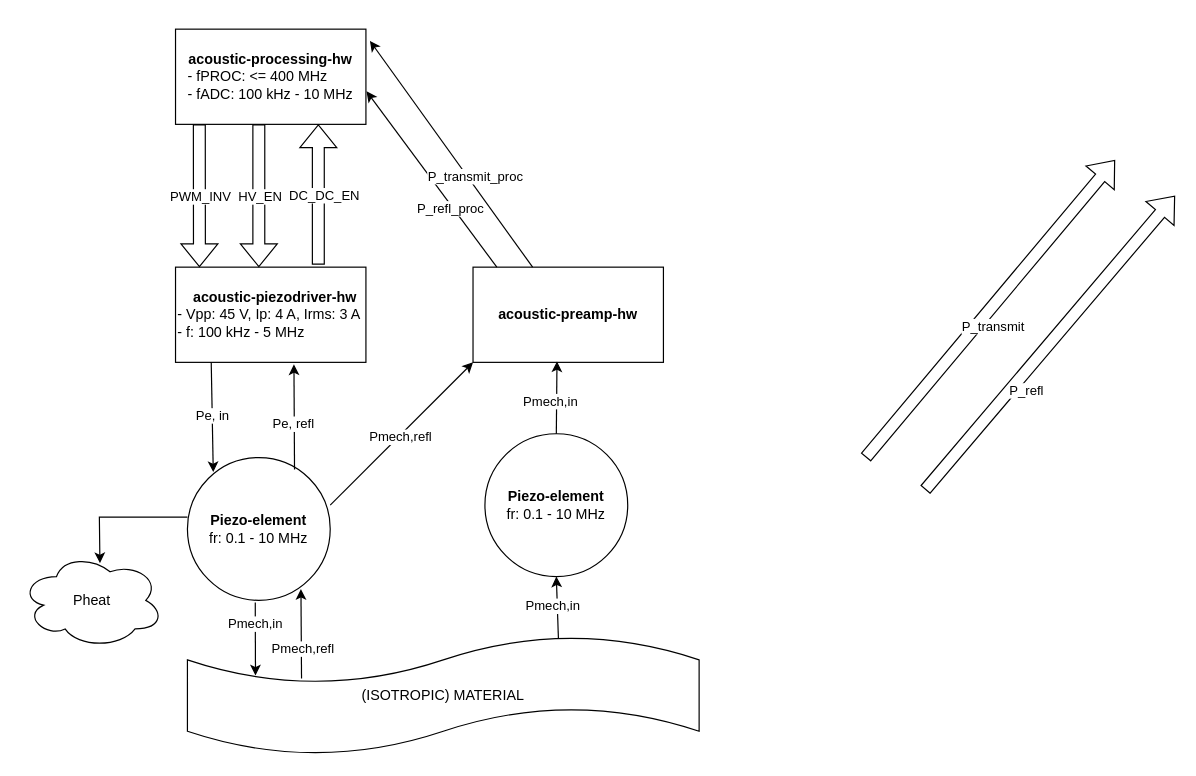
igorwolfs/acoustic-material-characterization keeps this draw.io diagram as documentation/Unbenanntes Diagramm.drawio. Above is the earlier version. Source tidied: cells renumbered, new cells numbered last; positions are measured from the earlier drawing's top-left corner, leaving out a move shared by most shapes. Both pictures are drawn from the tidied source at 119%, with x=0, y=0 at pixel (20, 29).
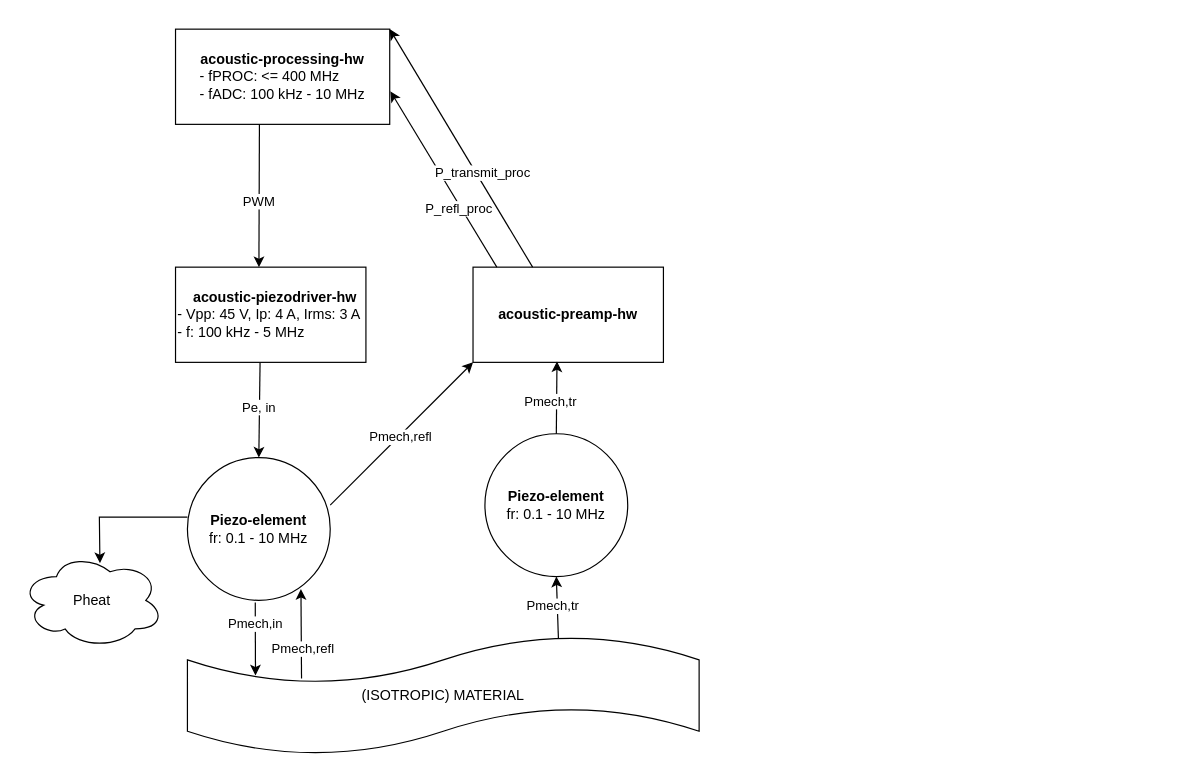
Above is the later version.

The change refers to these unchanged cells:
```xml
<mxCell id="3" value="&lt;b&gt;acoustic-preamp-hw&lt;/b&gt;" style="rounded=0;whiteSpace=wrap;html=1;" parent="1" vertex="1">
  <mxGeometry x="380" y="200" width="160" height="80" as="geometry" />
</mxCell>
<mxCell id="4" value="&lt;div style=&quot;text-align: center;&quot;&gt;&lt;span style=&quot;background-color: transparent; color: light-dark(rgb(0, 0, 0), rgb(255, 255, 255));&quot;&gt;&lt;b&gt;&amp;nbsp; &amp;nbsp;acoustic-piezodriver-hw&lt;/b&gt;&lt;/span&gt;&lt;/div&gt;&lt;div style=&quot;&quot;&gt;- Vpp: 45 V,&amp;nbsp;&lt;span style=&quot;background-color: transparent; color: light-dark(rgb(0, 0, 0), rgb(255, 255, 255));&quot;&gt;Ip: 4 A,&amp;nbsp;&lt;/span&gt;&lt;span style=&quot;background-color: transparent; color: light-dark(rgb(0, 0, 0), rgb(255, 255, 255));&quot;&gt;Irms: 3 A&lt;/span&gt;&lt;/div&gt;&lt;div style=&quot;&quot;&gt;&lt;span style=&quot;background-color: transparent; color: light-dark(rgb(0, 0, 0), rgb(255, 255, 255));&quot;&gt;- f: 100 kHz - 5 MHz&lt;/span&gt;&lt;/div&gt;" style="rounded=0;whiteSpace=wrap;html=1;align=left;" parent="1" vertex="1">
  <mxGeometry x="130" y="200" width="160" height="80" as="geometry" />
</mxCell>
<mxCell id="6" value="&lt;b&gt;Piezo-element&lt;/b&gt;&lt;div&gt;fr: 0.1 - 10 MHz&lt;/div&gt;" style="ellipse;whiteSpace=wrap;html=1;" parent="1" vertex="1">
  <mxGeometry x="140" y="360" width="120" height="120" as="geometry" />
</mxCell>
```

Change to the diagram source:
```diff
@@
     <mxCell id="2" value="&lt;b&gt;acoustic-processing-hw&lt;/b&gt;&lt;div style=&quot;text-align: left;&quot;&gt;- fPROC: &amp;lt;= 400 MHz&lt;/div&gt;&lt;div style=&quot;text-align: left;&quot;&gt;- fADC: 100 kHz - 10 MHz&lt;/div&gt;" style="rounded=0;whiteSpace=wrap;html=1;" parent="1" vertex="1">
-      <mxGeometry x="130" width="160" height="80" as="geometry" />
+      <mxGeometry x="130" width="180" height="80" as="geometry" />
     </mxCell>
@@
-    <mxCell id="5" value="P_refl" style="shape=flexArrow;endArrow=classic;html=1;rounded=0;entryX=0.75;entryY=1;entryDx=0;entryDy=0;exitX=0.751;exitY=0.059;exitDx=0;exitDy=0;exitPerimeter=0;" parent="1" edge="1">
-      <mxGeometry x="-0.26" y="-10" relative="1" as="geometry">
-        <mxPoint x="760" y="387.1" as="sourcePoint" />
-        <mxPoint x="969.9" y="140" as="targetPoint" />
-        <mxPoint y="2" as="offset" />
-      </mxGeometry>
-    </mxCell>
@@
-    <mxCell id="7" style="shape=flexArrow;endArrow=classic;html=1;rounded=0;entryX=0.341;entryY=0.999;entryDx=0;entryDy=0;exitX=0.209;exitY=0.082;exitDx=0;exitDy=0;exitPerimeter=0;entryPerimeter=0;" parent="1" edge="1">
-      <mxGeometry relative="1" as="geometry">
-        <mxPoint x="710" y="359.9" as="sourcePoint" />
-        <mxPoint x="919.5" y="110" as="targetPoint" />
-      </mxGeometry>
-    </mxCell>
-    <mxCell id="8" value="P_transmit" style="edgeLabel;html=1;align=center;verticalAlign=middle;" parent="7" vertex="1">
-      <mxGeometry x="-0.02" y="-3" relative="1" as="geometry">
-        <mxPoint x="1" y="10" as="offset" />
-      </mxGeometry>
-    </mxCell>
-    <mxCell id="9" style="shape=flexArrow;endArrow=classic;html=1;rounded=0;entryX=0.438;entryY=0;entryDx=0;entryDy=0;entryPerimeter=0;" parent="1" edge="1">
-      <mxGeometry relative="1" as="geometry">
-        <mxPoint x="150" y="80" as="sourcePoint" />
-        <mxPoint x="150.1" y="200" as="targetPoint" />
-      </mxGeometry>
-    </mxCell>
-    <mxCell id="10" value="PWM_INV" style="edgeLabel;html=1;align=center;verticalAlign=middle;" parent="9" vertex="1">
-      <mxGeometry x="0.3" y="-2" relative="1" as="geometry">
-        <mxPoint x="2" y="-18" as="offset" />
-      </mxGeometry>
-    </mxCell>
-    <mxCell id="11" style="shape=flexArrow;endArrow=classic;html=1;rounded=0;entryX=0.438;entryY=0;entryDx=0;entryDy=0;entryPerimeter=0;" parent="1" edge="1">
-      <mxGeometry relative="1" as="geometry">
-        <mxPoint x="200" y="80" as="sourcePoint" />
-        <mxPoint x="200" y="200" as="targetPoint" />
-      </mxGeometry>
-    </mxCell>
-    <mxCell id="12" value="HV_EN" style="edgeLabel;html=1;align=center;verticalAlign=middle;" parent="11" vertex="1">
-      <mxGeometry x="0.3" y="-2" relative="1" as="geometry">
-        <mxPoint x="2" y="-18" as="offset" />
-      </mxGeometry>
-    </mxCell>
-    <mxCell id="13" style="shape=flexArrow;endArrow=classic;html=1;rounded=0;entryX=0.952;entryY=1.026;entryDx=0;entryDy=0;entryPerimeter=0;exitX=0.952;exitY=0;exitDx=0;exitDy=0;exitPerimeter=0;" parent="1" edge="1">
-      <mxGeometry relative="1" as="geometry">
-        <mxPoint x="250" y="197.9" as="sourcePoint" />
-        <mxPoint x="250" y="80" as="targetPoint" />
-      </mxGeometry>
-    </mxCell>
-    <mxCell id="14" value="DC_DC_EN" style="edgeLabel;html=1;align=center;verticalAlign=middle;" parent="13" vertex="1">
-      <mxGeometry x="0.3" y="-2" relative="1" as="geometry">
-        <mxPoint x="2" y="19" as="offset" />
-      </mxGeometry>
-    </mxCell>
@@
-    <mxCell id="17" style="endArrow=classic;html=1;rounded=0;entryX=1.021;entryY=0.123;entryDx=0;entryDy=0;entryPerimeter=0;exitX=0.313;exitY=0;exitDx=0;exitDy=0;exitPerimeter=0;" parent="1" edge="1" source="3" target="2">
+    <mxCell id="17" style="endArrow=classic;html=1;rounded=0;entryX=1;entryY=0;entryDx=0;entryDy=0;exitX=0.313;exitY=0;exitDx=0;exitDy=0;exitPerimeter=0;" parent="1" edge="1" source="3" target="2">
       <mxGeometry relative="1" as="geometry" />
     </mxCell>
@@
-    <mxCell id="19" style="endArrow=classic;html=1;rounded=0;exitX=0.433;exitY=1.008;exitDx=0;exitDy=0;exitPerimeter=0;entryX=0.181;entryY=0.102;entryDx=0;entryDy=0;entryPerimeter=0;" parent="1" edge="1" target="6">
-      <mxGeometry relative="1" as="geometry">
-        <mxPoint x="160" y="280" as="sourcePoint" />
-      </mxGeometry>
+    <mxCell id="19" style="endArrow=classic;html=1;rounded=0;entryX=0.5;entryY=0;entryDx=0;entryDy=0;exitX=0.444;exitY=1.003;exitDx=0;exitDy=0;exitPerimeter=0;" parent="1" edge="1" source="4" target="6">
+      <mxGeometry relative="1" as="geometry" />
     </mxCell>
@@
-    <mxCell id="30" style="endArrow=classic;html=1;rounded=0;exitX=0.433;exitY=1.008;exitDx=0;exitDy=0;exitPerimeter=0;entryX=0.622;entryY=1.021;entryDx=0;entryDy=0;entryPerimeter=0;" parent="1" edge="1" target="4">
-      <mxGeometry relative="1" as="geometry">
-        <mxPoint x="230" y="370" as="sourcePoint" />
-      </mxGeometry>
-    </mxCell>
-    <mxCell id="31" value="Pe, refl" style="edgeLabel;html=1;align=center;verticalAlign=middle;" parent="30" vertex="1">
-      <mxGeometry x="-0.11" y="1" relative="1" as="geometry" />
-    </mxCell>
-    <mxCell id="32" value="Pmech,in" style="edgeLabel;html=1;align=center;verticalAlign=middle;" parent="1" vertex="1">
+    <mxCell id="32" value="Pmech,tr" style="edgeLabel;html=1;align=center;verticalAlign=middle;" parent="1" vertex="1">
       <mxGeometry x="450" y="480" as="geometry">
         <mxPoint x="-4" y="4" as="offset" />
       </mxGeometry>
     </mxCell>
@@
-    <mxCell id="36" value="Pmech,in" style="edgeLabel;html=1;align=center;verticalAlign=middle;" parent="1" vertex="1">
+    <mxCell id="36" value="Pmech,tr" style="edgeLabel;html=1;align=center;verticalAlign=middle;" parent="1" vertex="1">
       <mxGeometry x="448" y="308" as="geometry">
         <mxPoint x="-4" y="4" as="offset" />
       </mxGeometry>
     </mxCell>
+    <mxCell id="37" style="endArrow=classic;html=1;rounded=0;exitX=0.444;exitY=1.003;exitDx=0;exitDy=0;exitPerimeter=0;entryX=0.438;entryY=0;entryDx=0;entryDy=0;entryPerimeter=0;" parent="1" edge="1" target="4">
+      <mxGeometry relative="1" as="geometry">
+        <mxPoint x="200.5" y="80" as="sourcePoint" />
+      </mxGeometry>
+    </mxCell>
+    <mxCell id="38" value="PWM" style="edgeLabel;html=1;align=center;verticalAlign=middle;" parent="37" vertex="1">
+      <mxGeometry x="0.35" y="2" relative="1" as="geometry">
+        <mxPoint x="-3" y="-17" as="offset" />
+      </mxGeometry>
+    </mxCell>
```
